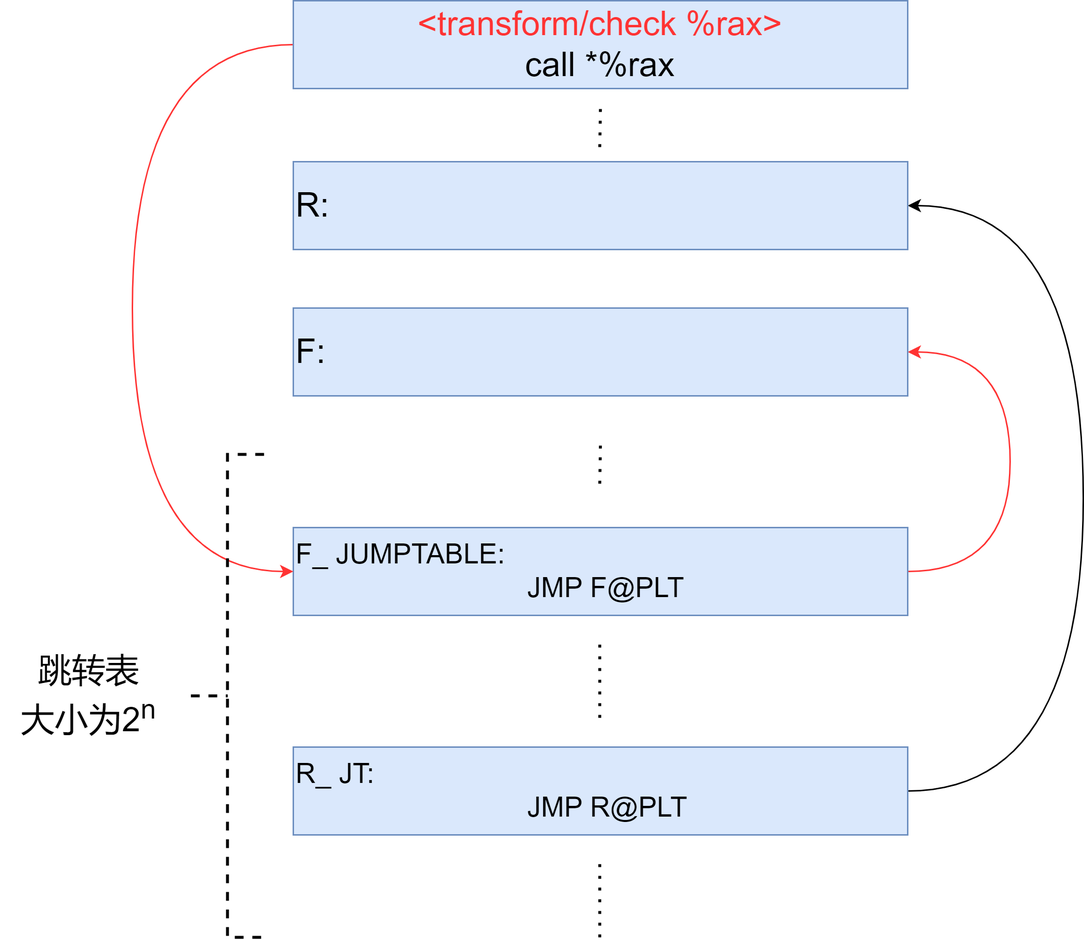
This is Diagram7.drawio.png from ZKX64/Textbook-graph, a draw.io export, as it was before one commit. Source tidied: cells renumbered, new cells last; positions are measured from the earlier drawing's top-left corner, leaving out a move shared by most shapes.
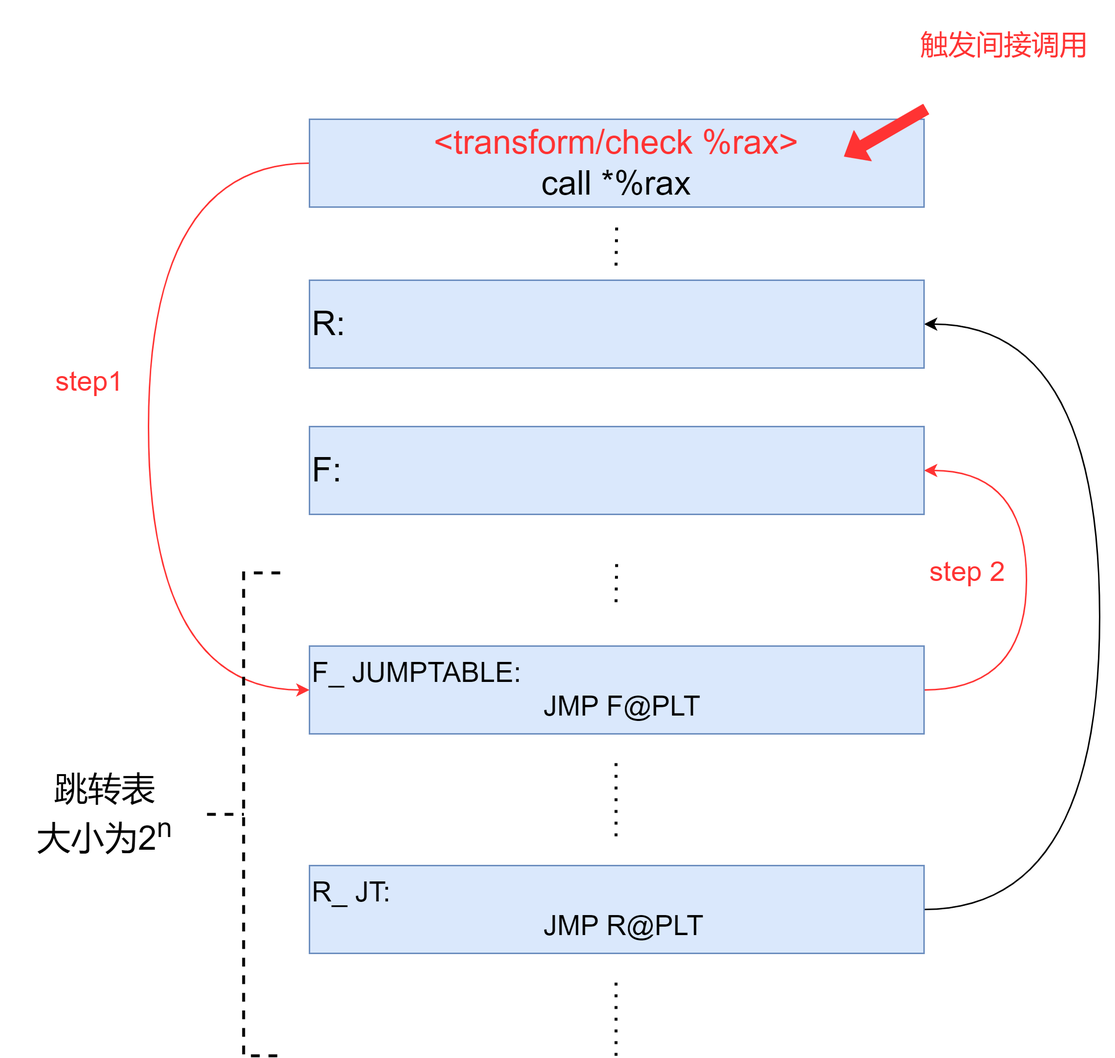
After the change.

Change to the diagram source:
```diff
@@ -71,5 +71,17 @@
         <mxPoint x="409.5" y="590" as="targetPoint" />
       </mxGeometry>
     </mxCell>
+    <mxCell id="16" value="step1" style="whiteSpace=wrap;html=1;dashed=1;strokeWidth=2;fontSize=19;fontColor=#FF3333;strokeColor=none;fillColor=none;" parent="1" vertex="1">
+      <mxGeometry x="-10" y="150" width="120" height="60" as="geometry" />
+    </mxCell>
+    <mxCell id="17" value="step 2" style="whiteSpace=wrap;html=1;dashed=1;strokeWidth=2;fontSize=19;fontColor=#FF3333;fillColor=none;strokeColor=none;" parent="1" vertex="1">
+      <mxGeometry x="590" y="280" width="120" height="60" as="geometry" />
+    </mxCell>
+    <mxCell id="18" style="shape=singleArrow;direction=west;whiteSpace=wrap;html=1;strokeWidth=2;fontSize=19;fontColor=#FF3333;fillColor=#FF3333;rotation=-30;strokeColor=#FF3333;" parent="1" vertex="1">
+      <mxGeometry x="562.3" y="-1.2" width="62.5" height="20.7" as="geometry" />
+    </mxCell>
+    <mxCell id="19" value="触发间接调用" style="whiteSpace=wrap;html=1;strokeWidth=2;fontSize=19;fontColor=#FF3333;fillColor=none;strokeColor=none;" parent="1" vertex="1">
+      <mxGeometry x="600" y="-80" width="150" height="60" as="geometry" />
+    </mxCell>
   </root>
 </mxGraphModel>
```
